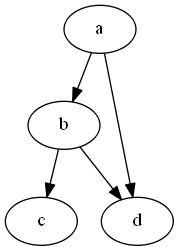
Earlier version of the Graphviz export _ws/graphing/eggraph.png (zpliang/TheMap). Its source is kept beside it as _ws/graphing/eggraph.dot.
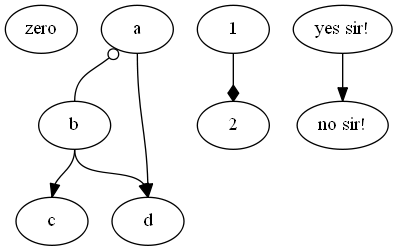
After the change.

Diff of the diagram source:
```diff
@@ -1,8 +1,11 @@
  digraph graphname {
-     a -> b;
-     b -> c;
-     b -> d;
-	 a -> d;
+     1 [label = "a"];
+     2 [label = "b"];
+     3 [label = "c"];
+     4 [label = "d"];
+     1 -> 2 [headport = n, tailport = e,dir=back,arrowtail = odot];
+     2 -> 3 [headport = w, tailport = s];
+     2 -> 4 [headport = w, tailport = s];
  }
 
 
```
